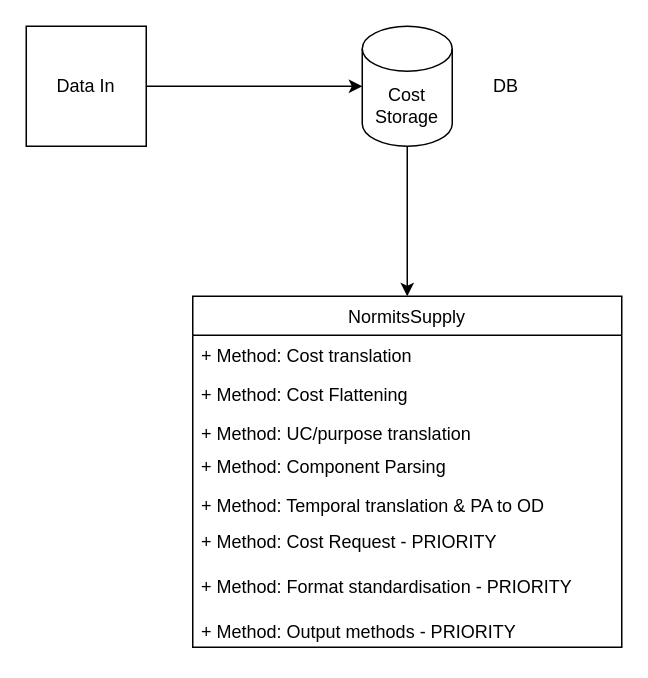
This is page "Class Model" (3 of 3) of docs/op_models/NorMITs Supply/Stakeholder.drawio from Transport-for-the-North/NorMITs-Demand, a draw.io file, before an edit. Source tidied: cells renumbered, new cells numbered last; positions are measured from the earlier drawing's top-left corner, leaving out a move shared by most shapes. Both pictures are drawn from the tidied source at 150%, with x=0, y=0 at pixel (26, 26).
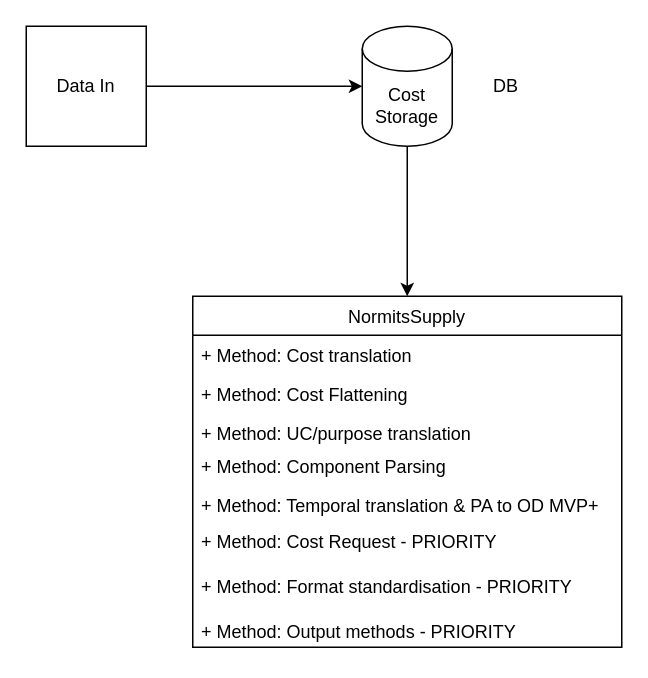
The same diagram, later.

Diff of the diagram source:
```diff
@@
 <mxGraphModel>
   <root>
     <mxCell id="0" />
     <mxCell id="1" parent="0" />
     <mxCell id="2" value="NormitsSupply" style="swimlane;fontStyle=0;horizontal=1;startSize=26;fillColor=none;" parent="1" vertex="1">
       <mxGeometry x="111" y="180" width="286" height="234" as="geometry" />
     </mxCell>
     <mxCell id="3" value="+ Method: Cost translation" style="text;strokeColor=none;fillColor=none;align=left;verticalAlign=top;spacingLeft=4;spacingRight=4;overflow=hidden;" parent="2" vertex="1">
       <mxGeometry y="26" width="286" height="26" as="geometry" />
     </mxCell>
     <mxCell id="4" value="+ Method: Cost Flattening" style="text;strokeColor=none;fillColor=none;align=left;verticalAlign=top;spacingLeft=4;spacingRight=4;overflow=hidden;" parent="2" vertex="1">
       <mxGeometry y="52" width="286" height="26" as="geometry" />
     </mxCell>
     <mxCell id="5" value="+ Method: UC/purpose translation" style="text;strokeColor=none;fillColor=none;align=left;verticalAlign=top;spacingLeft=4;spacingRight=4;overflow=hidden;" parent="2" vertex="1">
       <mxGeometry y="78" width="286" height="22" as="geometry" />
     </mxCell>
     <mxCell id="6" value="+ Method: Component Parsing" style="text;strokeColor=none;fillColor=none;align=left;verticalAlign=top;spacingLeft=4;spacingRight=4;overflow=hidden;" parent="2" vertex="1">
       <mxGeometry y="100" width="286" height="26" as="geometry" />
     </mxCell>
-    <mxCell id="7" value="+ Method: Temporal translation &amp; PA to OD" style="text;strokeColor=none;fillColor=none;align=left;verticalAlign=top;spacingLeft=4;spacingRight=4;overflow=hidden;" parent="2" vertex="1">
+    <mxCell id="7" value="+ Method: Temporal translation &amp; PA to OD MVP+" style="text;strokeColor=none;fillColor=none;align=left;verticalAlign=top;spacingLeft=4;spacingRight=4;overflow=hidden;" parent="2" vertex="1">
       <mxGeometry y="126" width="286" height="24" as="geometry" />
     </mxCell>
     <mxCell id="8" value="+ Method: Cost Request - PRIORITY" style="text;strokeColor=none;fillColor=none;align=left;verticalAlign=top;spacingLeft=4;spacingRight=4;overflow=hidden;" parent="2" vertex="1">
       <mxGeometry y="150" width="286" height="30" as="geometry" />
     </mxCell>
     <mxCell id="9" value="+ Method: Format standardisation - PRIORITY" style="text;strokeColor=none;fillColor=none;align=left;verticalAlign=top;spacingLeft=4;spacingRight=4;overflow=hidden;" parent="2" vertex="1">
       <mxGeometry y="180" width="286" height="30" as="geometry" />
     </mxCell>
     <mxCell id="10" value="+ Method: Output methods - PRIORITY" style="text;strokeColor=none;fillColor=none;align=left;verticalAlign=top;spacingLeft=4;spacingRight=4;overflow=hidden;" parent="2" vertex="1">
       <mxGeometry y="210" width="286" height="24" as="geometry" />
     </mxCell>
     <mxCell id="11" style="edgeStyle=orthogonalEdgeStyle;rounded=0;jettySize=auto;html=1;exitX=0.5;exitY=1;exitDx=0;exitDy=0;exitPerimeter=0;entryX=0.5;entryY=0;entryDx=0;entryDy=0;" parent="1" edge="1" source="12" target="2">
       <mxGeometry relative="1" as="geometry" />
     </mxCell>
     <mxCell id="12" value="Cost Storage" style="shape=cylinder3;whiteSpace=wrap;html=1;boundedLbl=1;backgroundOutline=1;size=15;" parent="1" vertex="1">
       <mxGeometry x="224" width="60" height="80" as="geometry" />
     </mxCell>
     <mxCell id="13" style="edgeStyle=orthogonalEdgeStyle;rounded=0;jettySize=auto;html=1;exitX=1;exitY=0.5;exitDx=0;exitDy=0;entryX=0;entryY=0.5;entryDx=0;entryDy=0;entryPerimeter=0;" parent="1" edge="1" source="14" target="12">
       <mxGeometry relative="1" as="geometry" />
     </mxCell>
     <mxCell id="14" value="Data In" style="whiteSpace=wrap;html=1;" parent="1" vertex="1">
       <mxGeometry width="80" height="80" as="geometry" />
     </mxCell>
     <mxCell id="15" value="DB" style="text;html=1;strokeColor=none;fillColor=none;align=center;verticalAlign=middle;whiteSpace=wrap;rounded=0;" parent="1" vertex="1">
       <mxGeometry x="300" y="30" width="40" height="20" as="geometry" />
     </mxCell>
   </root>
 </mxGraphModel>
```
